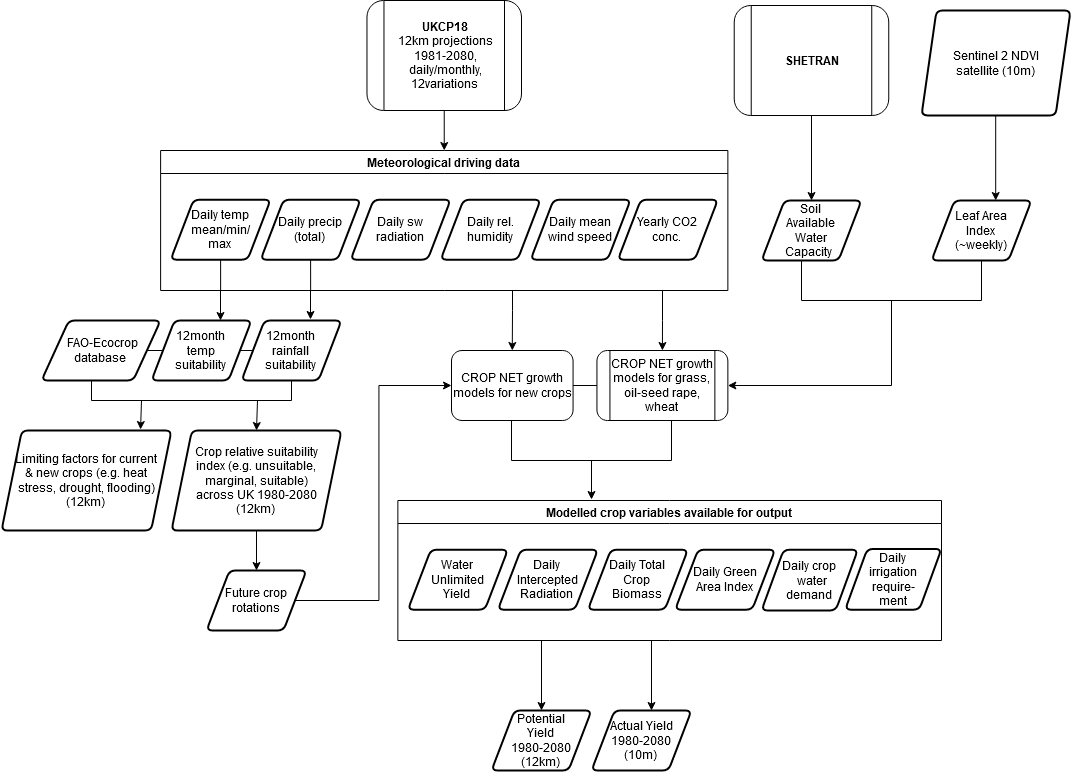
Before: cropnet/cropnet.png, a diagram exported from draw.io (OpenCLIM/workflow-diagrams). Source tidied: cells renumbered, new cells last; positions are measured from the earlier drawing's top-left corner, leaving out a move shared by most shapes.
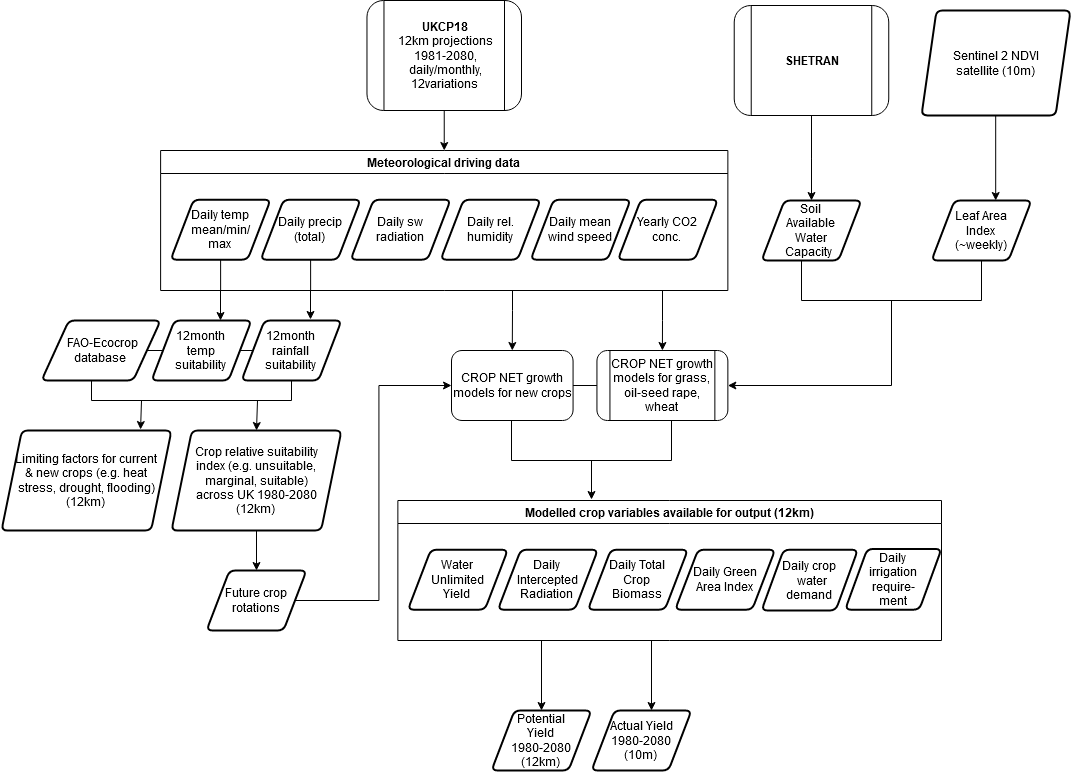
The same file after the commit.

Diff of the diagram source:
```diff
@@ -114,7 +114,7 @@
         <mxPoint x="540" y="640" as="sourcePoint" />
       </mxGeometry>
     </mxCell>
-    <mxCell id="33" value="Modelled crop variables available for output" style="swimlane;" parent="1" vertex="1">
+    <mxCell id="33" value="Modelled crop variables available for output (12km)" style="swimlane;" parent="1" vertex="1">
       <mxGeometry x="396.4" y="500" width="543.6" height="140" as="geometry" />
     </mxCell>
     <mxCell id="34" value="&lt;div&gt;Water&lt;/div&gt;&lt;div&gt;Unlimited&lt;/div&gt;&lt;div&gt;Yield&lt;br&gt;&lt;/div&gt;" style="shape=parallelogram;html=1;strokeWidth=2;perimeter=parallelogramPerimeter;whiteSpace=wrap;rounded=1;arcSize=12;size=0.23;" parent="33" vertex="1">
```
